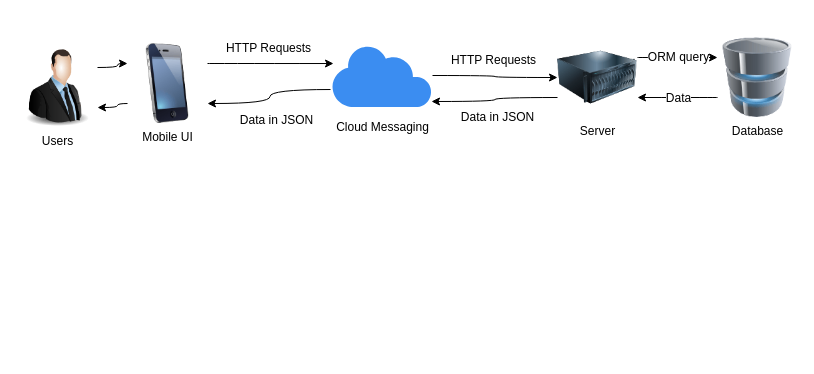
khwongbf/FYP-CodeBase keeps this draw.io diagram as FYP Architecture.drawio. Above is the earlier version. Source tidied: cells renumbered, new cells numbered last; positions are measured from the earlier drawing's top-left corner, leaving out a move shared by most shapes. Both pictures are drawn from the tidied source at 100%, with x=0, y=0 at pixel (17, 37).
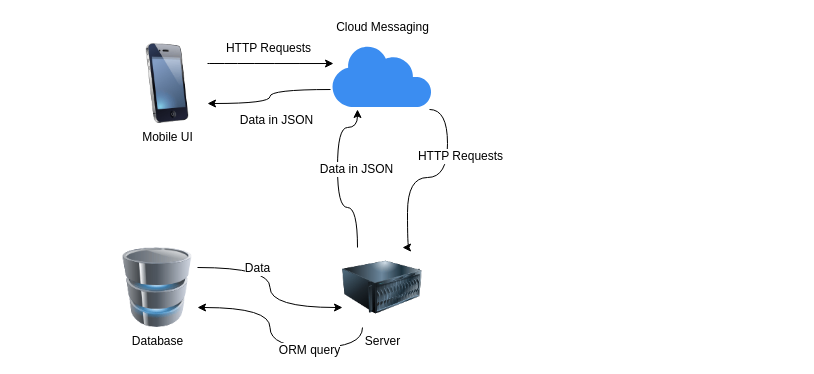
Above is the later version.

The change refers to these unchanged cells:
```xml
<mxCell id="14" value="Mobile UI" style="image;html=1;labelBackgroundColor=#ffffff;image=img/lib/clip_art/telecommunication/iPhone_128x128.png;" parent="1" vertex="1">
  <mxGeometry x="110" y="6" width="80" height="80" as="geometry" />
</mxCell>
<mxCell id="16" style="group;" parent="1" vertex="1">
  <mxGeometry x="310" y="6" width="110" height="94" as="geometry" />
</mxCell>
<mxCell id="17" style="html=1;strokeColor=none;shadow=0;align=center;verticalAlign=top;fillColor=#3B8DF1;shape=mxgraph.gcp2.cloud_messaging;" parent="16" vertex="1">
  <mxGeometry x="5" width="100" height="64" as="geometry" />
</mxCell>
```

What changed in the source:
```diff
@@
-    <mxCell id="2" style="edgeStyle=orthogonalEdgeStyle;curved=1;jettySize=auto;html=1;exitX=0;exitY=0.75;exitDx=0;exitDy=0;entryX=1;entryY=0.75;entryDx=0;entryDy=0;" parent="1" edge="1" source="4" target="9">
+    <mxCell id="2" style="edgeStyle=orthogonalEdgeStyle;curved=1;jettySize=auto;html=1;exitX=1;exitY=0.25;exitDx=0;exitDy=0;entryX=0;entryY=0.75;entryDx=0;entryDy=0;" parent="1" edge="1" source="4" target="9">
       <mxGeometry relative="1" as="geometry" />
     </mxCell>
@@
     <mxCell id="4" value="Database" style="image;html=1;labelBackgroundColor=#ffffff;image=img/lib/clip_art/computers/Database_128x128.png;" parent="1" vertex="1">
-      <mxGeometry x="700" width="80" height="80" as="geometry" />
+      <mxGeometry x="100" y="210" width="80" height="80" as="geometry" />
     </mxCell>
-    <mxCell id="5" style="edgeStyle=orthogonalEdgeStyle;curved=1;jettySize=auto;html=1;exitX=0;exitY=0.75;exitDx=0;exitDy=0;entryX=0.99;entryY=0.906;entryDx=0;entryDy=0;entryPerimeter=0;" parent="1" edge="1" source="9" target="17">
-      <mxGeometry relative="1" as="geometry" />
+    <mxCell id="5" style="edgeStyle=orthogonalEdgeStyle;curved=1;jettySize=auto;html=1;entryX=0.25;entryY=1.031;entryDx=0;entryDy=0;entryPerimeter=0;" parent="1" edge="1" target="17">
+      <mxGeometry relative="1" as="geometry">
+        <mxPoint x="340" y="210" as="sourcePoint" />
+        <Array as="points">
+          <mxPoint x="340" y="170" />
+          <mxPoint x="320" y="170" />
+          <mxPoint x="320" y="90" />
+          <mxPoint x="340" y="90" />
+        </Array>
+      </mxGeometry>
     </mxCell>
@@
-    <mxCell id="7" style="edgeStyle=orthogonalEdgeStyle;curved=1;jettySize=auto;html=1;exitX=1;exitY=0.25;exitDx=0;exitDy=0;entryX=0;entryY=0.25;entryDx=0;entryDy=0;" parent="1" edge="1" source="9" target="4">
+    <mxCell id="7" style="edgeStyle=orthogonalEdgeStyle;curved=1;jettySize=auto;html=1;exitX=0.25;exitY=1;exitDx=0;exitDy=0;entryX=1;entryY=0.75;entryDx=0;entryDy=0;" parent="1" edge="1" source="9" target="4">
       <mxGeometry relative="1" as="geometry" />
     </mxCell>
@@
     <mxCell id="9" value="Server" style="image;html=1;labelBackgroundColor=#ffffff;image=img/lib/clip_art/computers/Server_128x128.png;" parent="1" vertex="1">
-      <mxGeometry x="540" width="80" height="80" as="geometry" />
+      <mxGeometry x="325" y="210" width="80" height="80" as="geometry" />
     </mxCell>
-    <mxCell id="10" style="edgeStyle=orthogonalEdgeStyle;jettySize=auto;html=1;exitX=1;exitY=0.25;exitDx=0;exitDy=0;entryX=0;entryY=0.25;entryDx=0;entryDy=0;curved=1;" parent="1" edge="1" source="15" target="14">
-      <mxGeometry relative="1" as="geometry">
-        <Array as="points">
-          <mxPoint x="100" y="30" />
-          <mxPoint x="100" y="26" />
-        </Array>
-      </mxGeometry>
-    </mxCell>
-    <mxCell id="11" style="edgeStyle=orthogonalEdgeStyle;curved=1;jettySize=auto;html=1;exitX=0;exitY=0.75;exitDx=0;exitDy=0;entryX=1;entryY=0.75;entryDx=0;entryDy=0;" parent="1" edge="1" source="14" target="15">
-      <mxGeometry relative="1" as="geometry">
-        <Array as="points">
-          <mxPoint x="100" y="66" />
-          <mxPoint x="100" y="70" />
-        </Array>
-      </mxGeometry>
-    </mxCell>
@@
-    <mxCell id="15" value="Users" style="image;html=1;labelBackgroundColor=#ffffff;image=img/lib/clip_art/people/Suit_Man_128x128.png;" parent="1" vertex="1">
-      <mxGeometry y="10" width="80" height="80" as="geometry" />
-    </mxCell>
@@
-    <mxCell id="18" value="&lt;div style=&quot;text-align: center&quot;&gt;&lt;span&gt;Cloud Messaging&lt;/span&gt;&lt;/div&gt;" style="text;html=1;align=center;verticalAlign=top;spacingTop=-4;" parent="16" vertex="1">
-      <mxGeometry y="74" width="110" height="20" as="geometry" />
-    </mxCell>
-    <mxCell id="19" style="edgeStyle=orthogonalEdgeStyle;curved=1;jettySize=auto;html=1;entryX=0;entryY=0.5;entryDx=0;entryDy=0;" parent="1" edge="1" source="17" target="9">
-      <mxGeometry relative="1" as="geometry" />
+    <mxCell id="19" style="edgeStyle=orthogonalEdgeStyle;curved=1;jettySize=auto;html=1;exitX=0.97;exitY=1.031;exitDx=0;exitDy=0;exitPerimeter=0;entryX=0.75;entryY=0;entryDx=0;entryDy=0;" parent="1" edge="1" source="17" target="9">
+      <mxGeometry relative="1" as="geometry">
+        <Array as="points">
+          <mxPoint x="430" y="72" />
+          <mxPoint x="430" y="140" />
+          <mxPoint x="390" y="140" />
+          <mxPoint x="390" y="210" />
+        </Array>
+      </mxGeometry>
     </mxCell>
@@
+    <mxCell id="18" value="&lt;div style=&quot;text-align: center&quot;&gt;&lt;span&gt;Cloud Messaging&lt;/span&gt;&lt;/div&gt;" style="text;html=1;align=center;verticalAlign=top;spacingTop=-4;" parent="1" vertex="1">
+      <mxGeometry x="310" y="-20" width="110" height="20" as="geometry" />
+    </mxCell>
```
